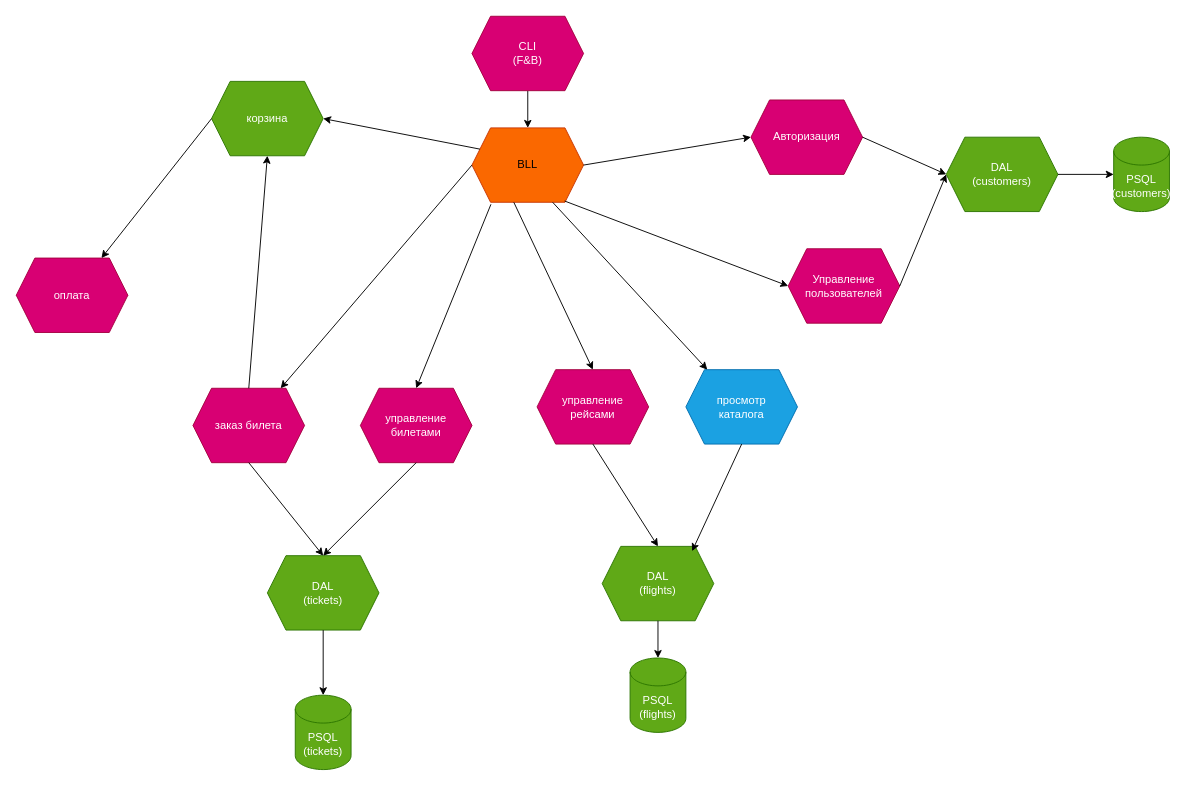
Earlier version of the draw.io diagram Architecture.drawio (chas3air/Airplanes-Co). Source tidied: cells renumbered, new cells numbered last; positions are measured from the earlier drawing's top-left corner, leaving out a move shared by most shapes. Both pictures are drawn from the tidied source at 93%, with x=0, y=0 at pixel (16, 16).
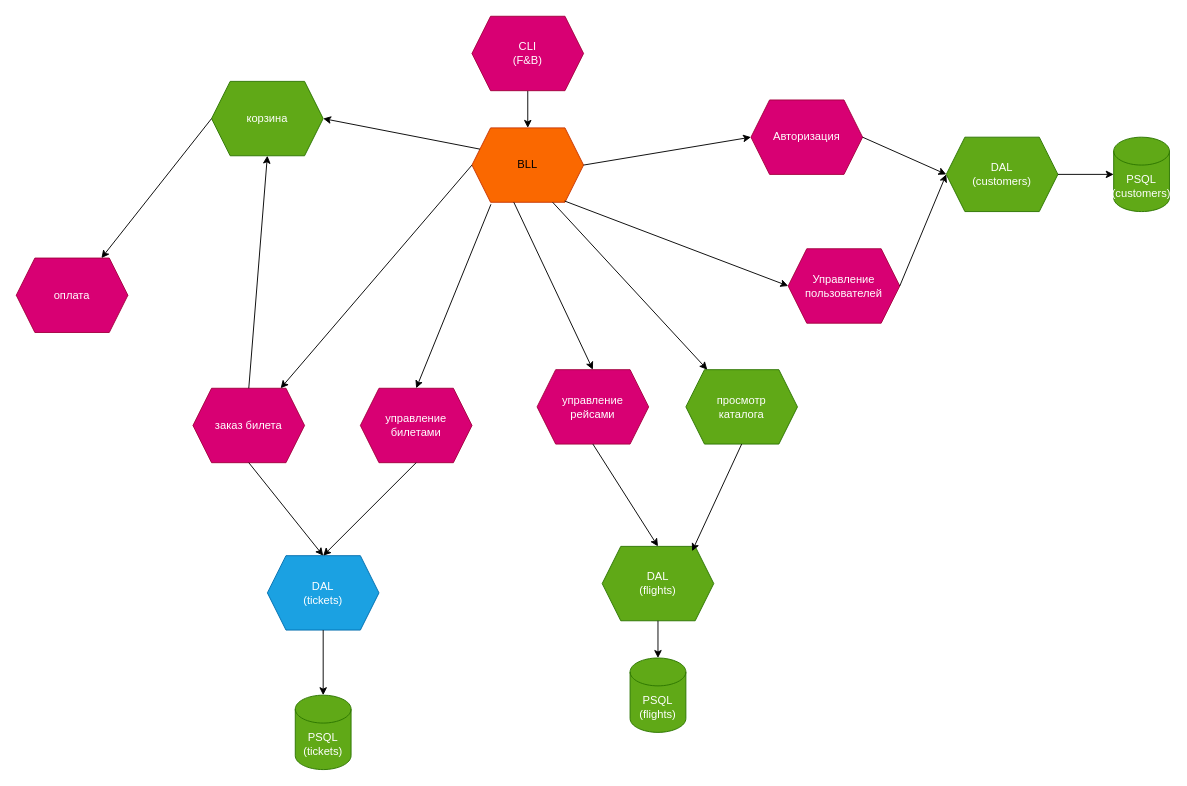
The same page after the edit.

Diff of the diagram source:
```diff
@@
-    <mxCell id="14" value="просмотр&lt;div&gt;каталога&lt;/div&gt;" style="shape=hexagon;perimeter=hexagonPerimeter2;whiteSpace=wrap;html=1;fixedSize=1;fillColor=#1ba1e2;fontColor=#ffffff;strokeColor=#006EAF;" parent="1" vertex="1">
+    <mxCell id="14" value="просмотр&lt;div&gt;каталога&lt;/div&gt;" style="shape=hexagon;perimeter=hexagonPerimeter2;whiteSpace=wrap;html=1;fixedSize=1;fillColor=#60a917;fontColor=#ffffff;strokeColor=#2D7600;" parent="1" vertex="1">
       <mxGeometry x="720" y="380" width="120" height="80" as="geometry" />
     </mxCell>
@@
-    <mxCell id="27" value="DAL&lt;div&gt;(tickets&lt;span style=&quot;background-color: initial;&quot;&gt;)&lt;/span&gt;&lt;/div&gt;" style="shape=hexagon;perimeter=hexagonPerimeter2;whiteSpace=wrap;html=1;fixedSize=1;fillColor=#60a917;fontColor=#ffffff;strokeColor=#2D7600;" parent="1" vertex="1">
+    <mxCell id="27" value="DAL&lt;div&gt;(tickets&lt;span style=&quot;background-color: initial;&quot;&gt;)&lt;/span&gt;&lt;/div&gt;" style="shape=hexagon;perimeter=hexagonPerimeter2;whiteSpace=wrap;html=1;fixedSize=1;fillColor=#1ba1e2;fontColor=#ffffff;strokeColor=#006EAF;" parent="1" vertex="1">
       <mxGeometry x="270" y="580" width="120" height="80" as="geometry" />
     </mxCell>
```
